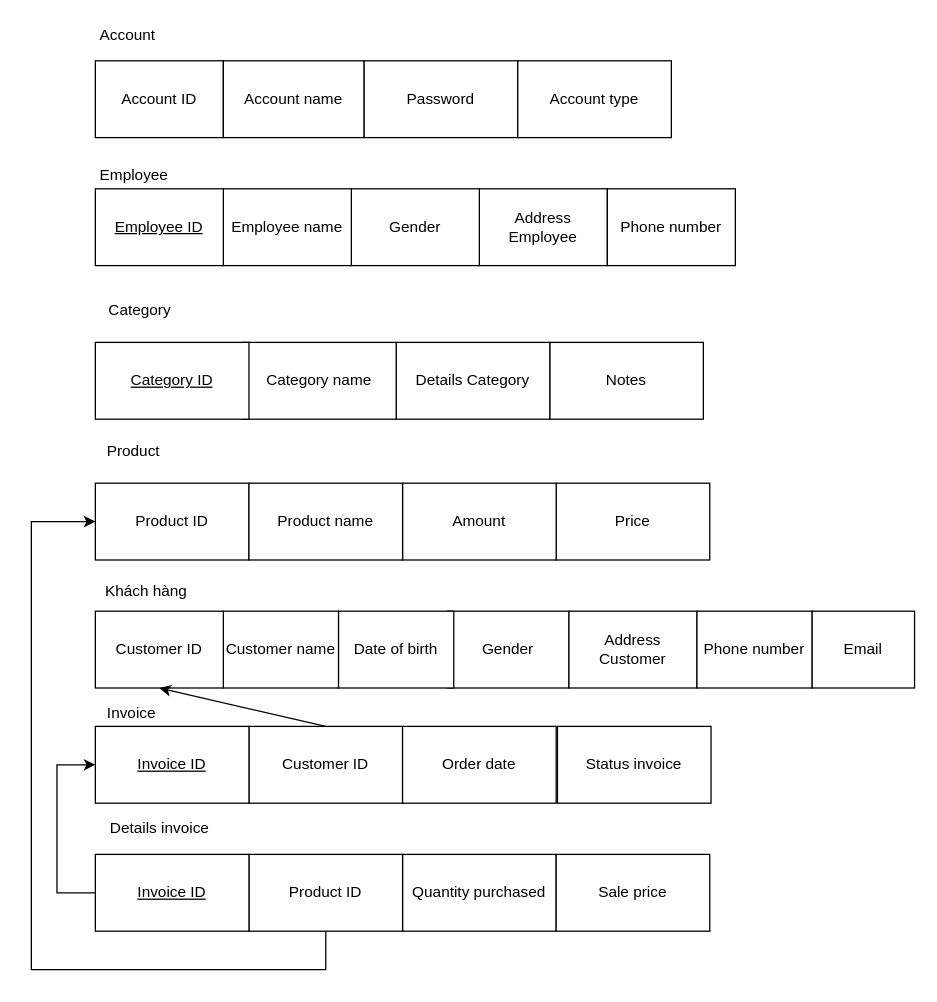
The draw.io diagram biendoi.drawio in DungCR7/Database, before the edit. Source tidied: cells renumbered, new cells numbered last; positions are measured from the earlier drawing's top-left corner, leaving out a move shared by most shapes. Both pictures are drawn from the tidied source at 128%, with x=0, y=0 at pixel (31, 22).
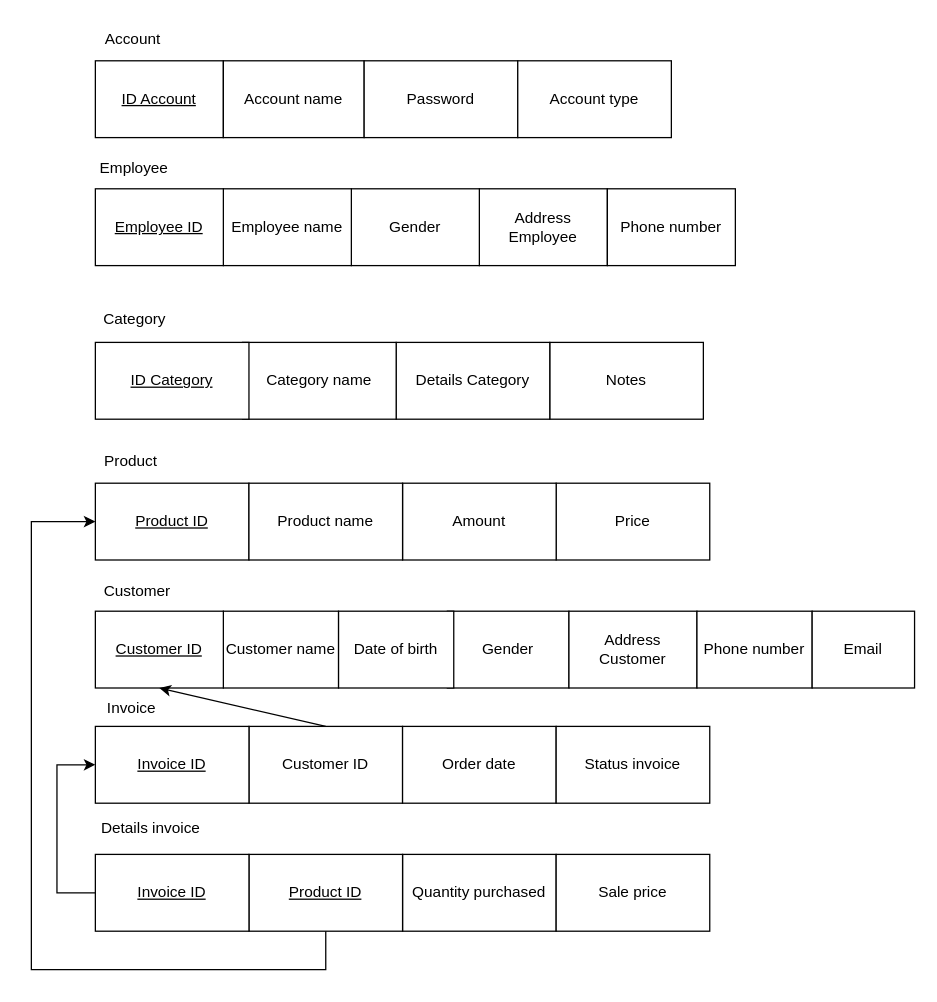
The same page after the edit.

Change to the diagram source:
```diff
@@
     <mxCell id="2" value="Account" style="text;html=1;align=center;verticalAlign=middle;strokeColor=none;fillColor=none;" parent="1" vertex="1">
-      <mxGeometry x="45" width="60" height="20" as="geometry" />
+      <mxGeometry x="49" y="3" width="60" height="20" as="geometry" />
     </mxCell>
-    <mxCell id="3" value="Account ID" style="rounded=0;whiteSpace=wrap;html=1;" parent="1" vertex="1">
+    <mxCell id="3" value="&lt;u&gt;ID Account&lt;/u&gt;" style="rounded=0;whiteSpace=wrap;html=1;" parent="1" vertex="1">
       <mxGeometry x="50" y="30" width="100" height="60" as="geometry" />
     </mxCell>
-    <mxCell id="4" style="shape=partialRectangle;html=1;whiteSpace=wrap;fillColor=none;top=0;left=0;bottom=0;right=0;overflow=hidden;" parent="1" vertex="1">
-      <mxGeometry x="530" y="290" width="156" height="40" as="geometry" />
-    </mxCell>
-    <mxCell id="5" style="shape=partialRectangle;html=1;whiteSpace=wrap;fillColor=none;top=0;left=0;bottom=0;right=0;overflow=hidden;" parent="1" vertex="1">
-      <mxGeometry x="530" y="290" width="156" height="40" as="geometry" />
-    </mxCell>
@@
     <mxCell id="9" value="Category" style="text;html=1;strokeColor=none;fillColor=none;align=center;verticalAlign=middle;whiteSpace=wrap;rounded=0;" parent="1" vertex="1">
-      <mxGeometry x="55" y="210" width="60" height="30" as="geometry" />
+      <mxGeometry x="51" y="217" width="60" height="30" as="geometry" />
     </mxCell>
@@
-    <mxCell id="13" value="&lt;u&gt;Category ID&lt;/u&gt;" style="rounded=0;whiteSpace=wrap;html=1;" parent="1" vertex="1">
+    <mxCell id="13" value="&lt;u&gt;ID Category&lt;/u&gt;" style="rounded=0;whiteSpace=wrap;html=1;" parent="1" vertex="1">
       <mxGeometry x="50" y="250" width="120" height="60" as="geometry" />
     </mxCell>
     <mxCell id="14" value="Employee" style="text;html=1;align=center;verticalAlign=middle;strokeColor=none;fillColor=none;" parent="1" vertex="1">
-      <mxGeometry x="45" y="110" width="70" height="20" as="geometry" />
+      <mxGeometry x="45" y="104" width="70" height="20" as="geometry" />
     </mxCell>
@@
-    <mxCell id="21" value="Khách hàng" style="text;html=1;strokeColor=none;fillColor=none;align=center;verticalAlign=middle;whiteSpace=wrap;rounded=0;" parent="1" vertex="1">
-      <mxGeometry x="50" y="430" width="80" height="30" as="geometry" />
+    <mxCell id="21" value="Customer" style="text;html=1;strokeColor=none;fillColor=none;align=center;verticalAlign=middle;whiteSpace=wrap;rounded=0;" parent="1" vertex="1">
+      <mxGeometry x="43" y="430" width="80" height="30" as="geometry" />
     </mxCell>
@@
-    <mxCell id="25" value="Customer ID" style="rounded=0;whiteSpace=wrap;html=1;" parent="1" vertex="1">
+    <mxCell id="25" value="&lt;u&gt;Customer ID&lt;/u&gt;" style="rounded=0;whiteSpace=wrap;html=1;" parent="1" vertex="1">
       <mxGeometry x="50" y="460" width="100" height="60" as="geometry" />
     </mxCell>
     <mxCell id="26" value="Invoice" style="text;html=1;align=center;verticalAlign=middle;strokeColor=none;fillColor=none;" parent="1" vertex="1">
-      <mxGeometry x="53" y="530" width="50" height="20" as="geometry" />
+      <mxGeometry x="53" y="526" width="50" height="20" as="geometry" />
     </mxCell>
@@
     <mxCell id="29" value="Details invoice" style="text;html=1;align=center;verticalAlign=middle;strokeColor=none;fillColor=none;" parent="1" vertex="1">
-      <mxGeometry x="55" y="620" width="90" height="20" as="geometry" />
+      <mxGeometry x="48" y="620" width="90" height="20" as="geometry" />
     </mxCell>
@@
-    <mxCell id="32" value="Product ID" style="rounded=0;whiteSpace=wrap;html=1;" parent="1" vertex="1">
+    <mxCell id="32" value="&lt;u&gt;Product ID&lt;/u&gt;" style="rounded=0;whiteSpace=wrap;html=1;" parent="1" vertex="1">
       <mxGeometry x="170" y="650" width="120" height="60" as="geometry" />
     </mxCell>
@@
-    <mxCell id="34" value="Product ID" style="rounded=0;whiteSpace=wrap;html=1;" parent="1" vertex="1">
+    <mxCell id="34" value="&lt;u&gt;Product ID&lt;/u&gt;" style="rounded=0;whiteSpace=wrap;html=1;" parent="1" vertex="1">
       <mxGeometry x="50" y="360" width="120" height="60" as="geometry" />
     </mxCell>
     <mxCell id="35" value="Product" style="text;html=1;strokeColor=none;fillColor=none;align=center;verticalAlign=middle;whiteSpace=wrap;rounded=0;" parent="1" vertex="1">
-      <mxGeometry x="50" y="320" width="60" height="30" as="geometry" />
+      <mxGeometry x="48" y="328" width="60" height="30" as="geometry" />
     </mxCell>
@@
     <mxCell id="45" value="Status invoice" style="rounded=0;whiteSpace=wrap;html=1;" parent="1" vertex="1">
-      <mxGeometry x="411" y="550" width="120" height="60" as="geometry" />
+      <mxGeometry x="410" y="550" width="120" height="60" as="geometry" />
     </mxCell>
```
